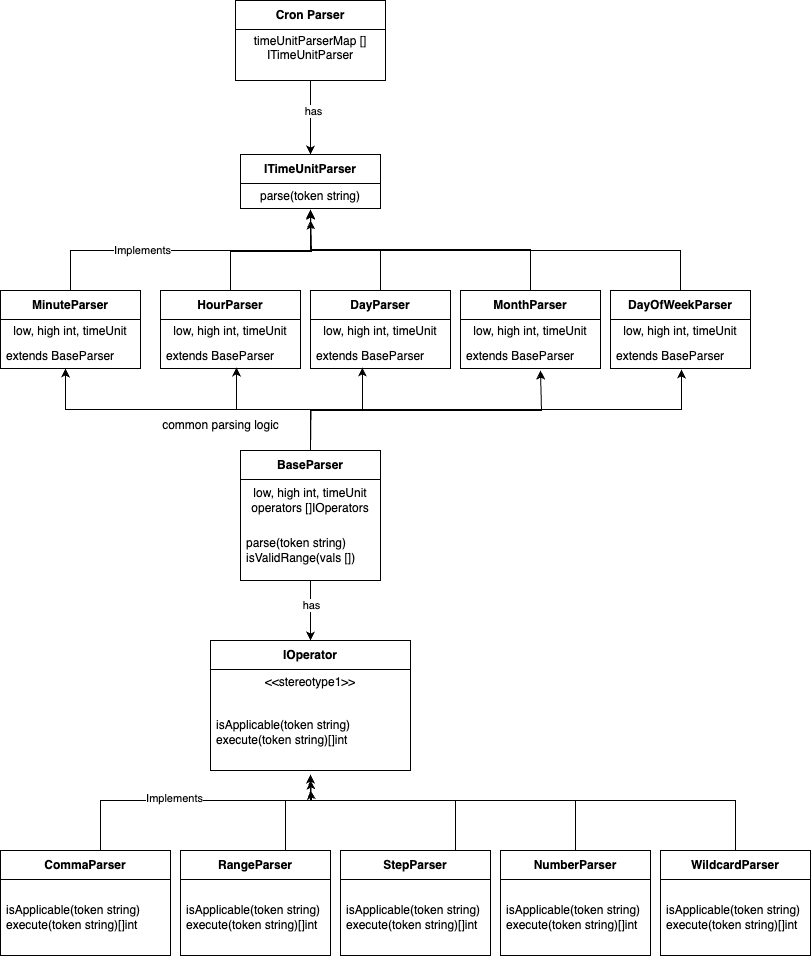
The draw.io diagram cronParser/CronParser.drawio.png in kamleshsahu/lld, before a commit. Source tidied: cells renumbered, new cells last; positions are measured from the earlier drawing's top-left corner, leaving out a move shared by most shapes.
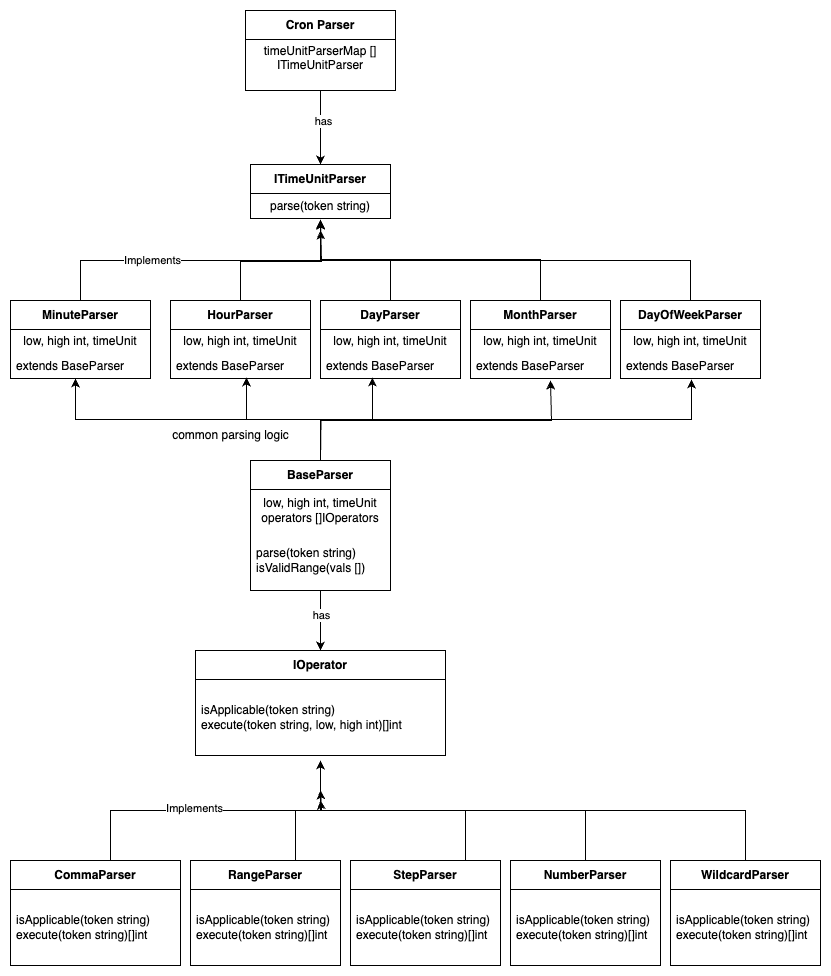
After the change.

Diff of the diagram source:
```diff
@@ -148,13 +148,10 @@
       <mxGeometry relative="1" as="geometry" />
     </mxCell>
     <mxCell id="40" value="IOperator" style="swimlane;fontStyle=1;align=center;verticalAlign=middle;horizontal=1;startSize=29;html=1;whiteSpace=wrap;" parent="1" vertex="1">
-      <mxGeometry x="210" y="640" width="200" height="130" as="geometry" />
+      <mxGeometry x="185" y="640" width="250" height="105" as="geometry" />
     </mxCell>
-    <mxCell id="41" value="&amp;lt;&amp;lt;stereotype1&amp;gt;&amp;gt;" style="text;html=1;strokeColor=none;fillColor=none;align=center;verticalAlign=middle;spacingLeft=4;spacingRight=4;overflow=hidden;whiteSpace=wrap;" parent="40" vertex="1">
-      <mxGeometry y="29" width="200" height="25" as="geometry" />
-    </mxCell>
-    <mxCell id="42" value="isApplicable(token string)&lt;div&gt;execute(token string)[]int&lt;/div&gt;" style="text;html=1;strokeColor=none;fillColor=none;align=left;verticalAlign=middle;spacingLeft=4;spacingRight=4;overflow=hidden;points=[[0,0.5],[1,0.5]];portConstraint=eastwest;whiteSpace=wrap;" parent="40" vertex="1">
-      <mxGeometry y="54" width="200" height="76" as="geometry" />
+    <mxCell id="42" value="isApplicable(token string)&lt;div&gt;execute(token string, low, high int)[]int&lt;/div&gt;" style="text;html=1;strokeColor=none;fillColor=none;align=left;verticalAlign=middle;spacingLeft=4;spacingRight=4;overflow=hidden;points=[[0,0.5],[1,0.5]];portConstraint=eastwest;whiteSpace=wrap;" parent="40" vertex="1">
+      <mxGeometry y="29" width="250" height="76" as="geometry" />
     </mxCell>
     <mxCell id="43" value="CommaParser" style="swimlane;fontStyle=1;align=center;verticalAlign=middle;horizontal=1;startSize=29;html=1;whiteSpace=wrap;" parent="1" vertex="1">
       <mxGeometry y="850" width="170" height="105" as="geometry" />
@@ -162,8 +159,9 @@
     <mxCell id="44" value="isApplicable(token string)&lt;div&gt;execute(token string)[]int&lt;/div&gt;" style="text;html=1;strokeColor=none;fillColor=none;align=left;verticalAlign=middle;spacingLeft=4;spacingRight=4;overflow=hidden;whiteSpace=wrap;" parent="43" vertex="1">
       <mxGeometry y="29" width="170" height="76" as="geometry" />
     </mxCell>
-    <mxCell id="45" style="edgeStyle=orthogonalEdgeStyle;rounded=0;jettySize=auto;html=1;entryX=0.5;entryY=1.053;entryDx=0;entryDy=0;entryPerimeter=0;" parent="1" edge="1" source="43" target="42">
+    <mxCell id="45" style="edgeStyle=orthogonalEdgeStyle;rounded=0;jettySize=auto;html=1;" parent="1" edge="1" source="43">
       <mxGeometry relative="1" as="geometry">
+        <mxPoint x="310" y="750" as="targetPoint" />
         <Array as="points">
           <mxPoint x="100" y="800" />
           <mxPoint x="310" y="800" />
```
